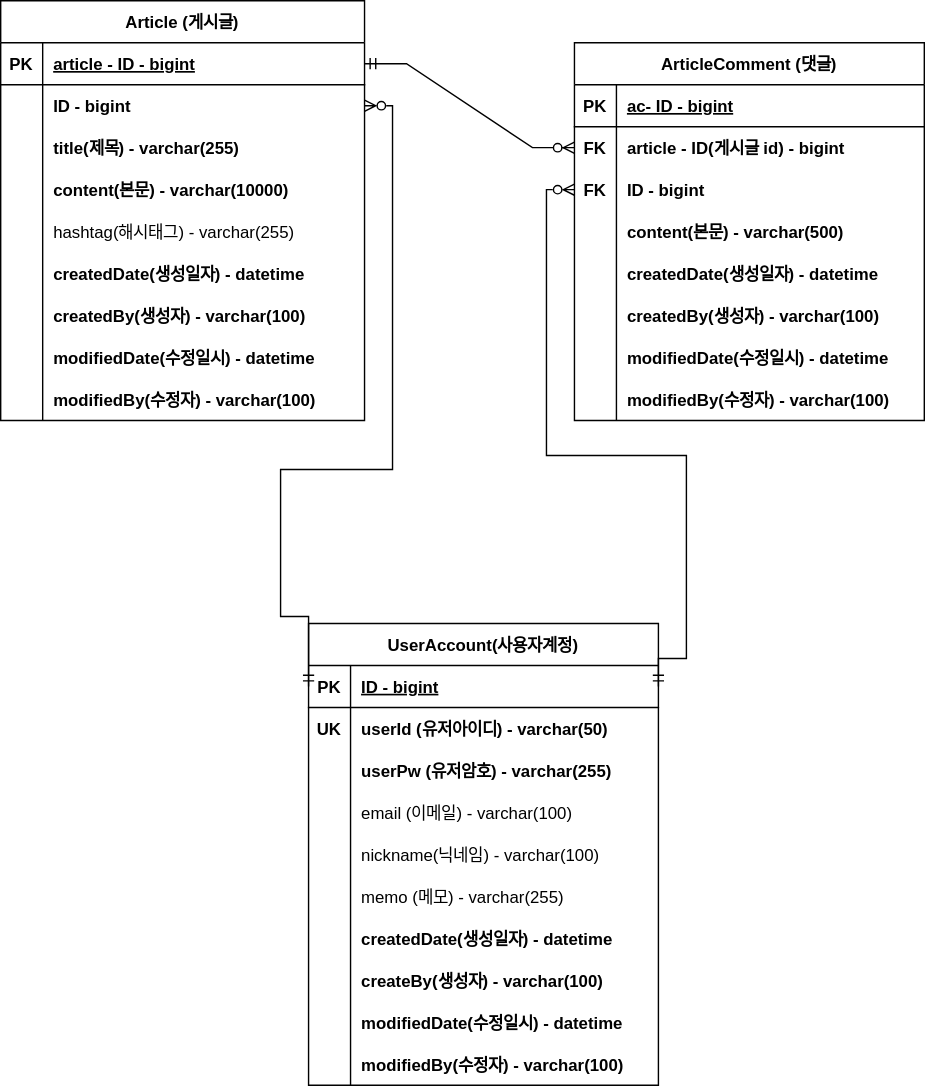
Before: document/ERD.svg, a diagram exported from draw.io (DevToddler/project-board1). Source tidied: cells renumbered, new cells last; positions are measured from the earlier drawing's top-left corner, leaving out a move shared by most shapes.
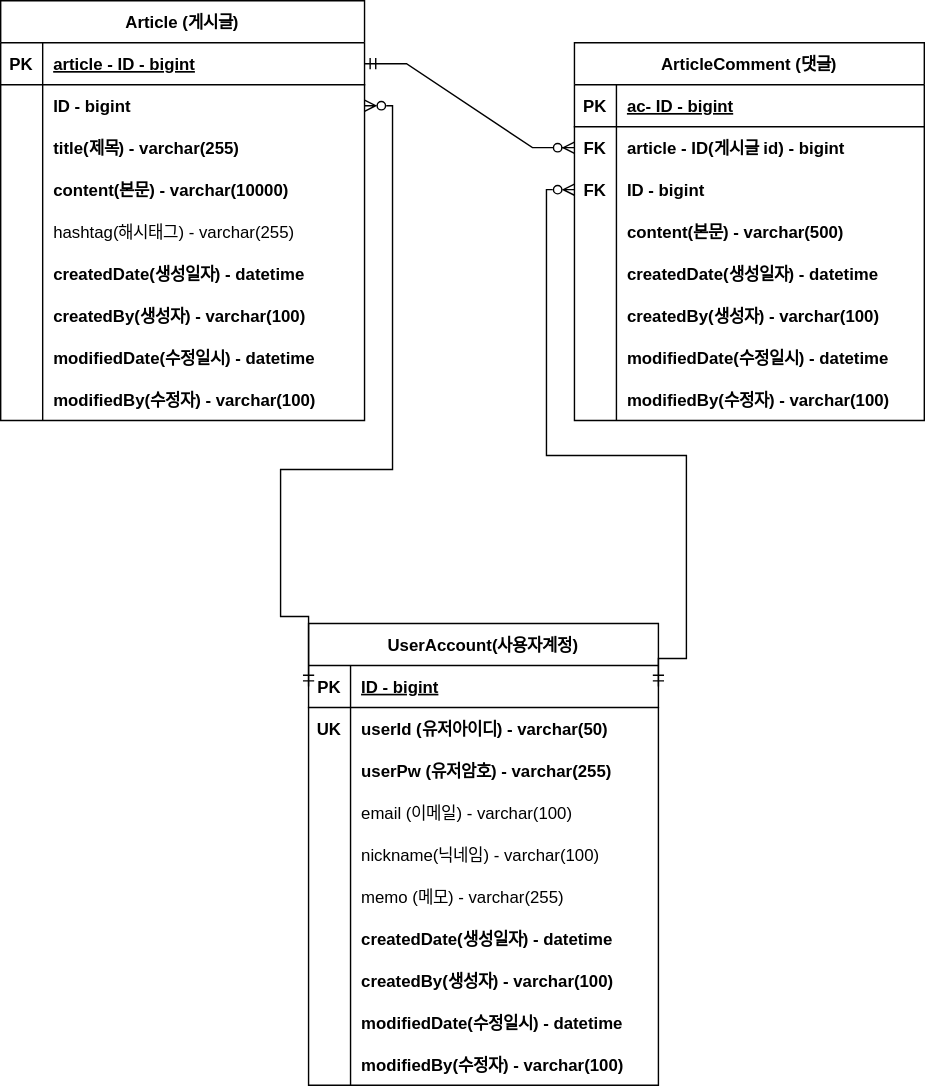
The same file after the commit.

What changed in the source:
```diff
@@ -236,7 +236,7 @@
     <mxCell id="79" style="shape=partialRectangle;fillColor=none;top=0;left=0;bottom=0;right=0;overflow=hidden;" parent="78" vertex="1">
       <mxGeometry width="30" height="30" as="geometry" />
     </mxCell>
-    <mxCell id="80" value="createBy(생성자) - varchar(100)" style="shape=partialRectangle;fillColor=none;top=0;left=0;bottom=0;right=0;align=left;spacingLeft=6;overflow=hidden;fontStyle=1;" parent="78" vertex="1">
+    <mxCell id="80" value="createdBy(생성자) - varchar(100)" style="shape=partialRectangle;fillColor=none;top=0;left=0;bottom=0;right=0;align=left;spacingLeft=6;overflow=hidden;fontStyle=1;" parent="78" vertex="1">
       <mxGeometry x="30" width="220" height="30" as="geometry" />
     </mxCell>
     <mxCell id="81" style="shape=tableRow;horizontal=0;startSize=0;swimlaneHead=0;swimlaneBody=0;fillColor=none;top=0;left=0;right=0;bottom=0;" parent="56" vertex="1">
```
